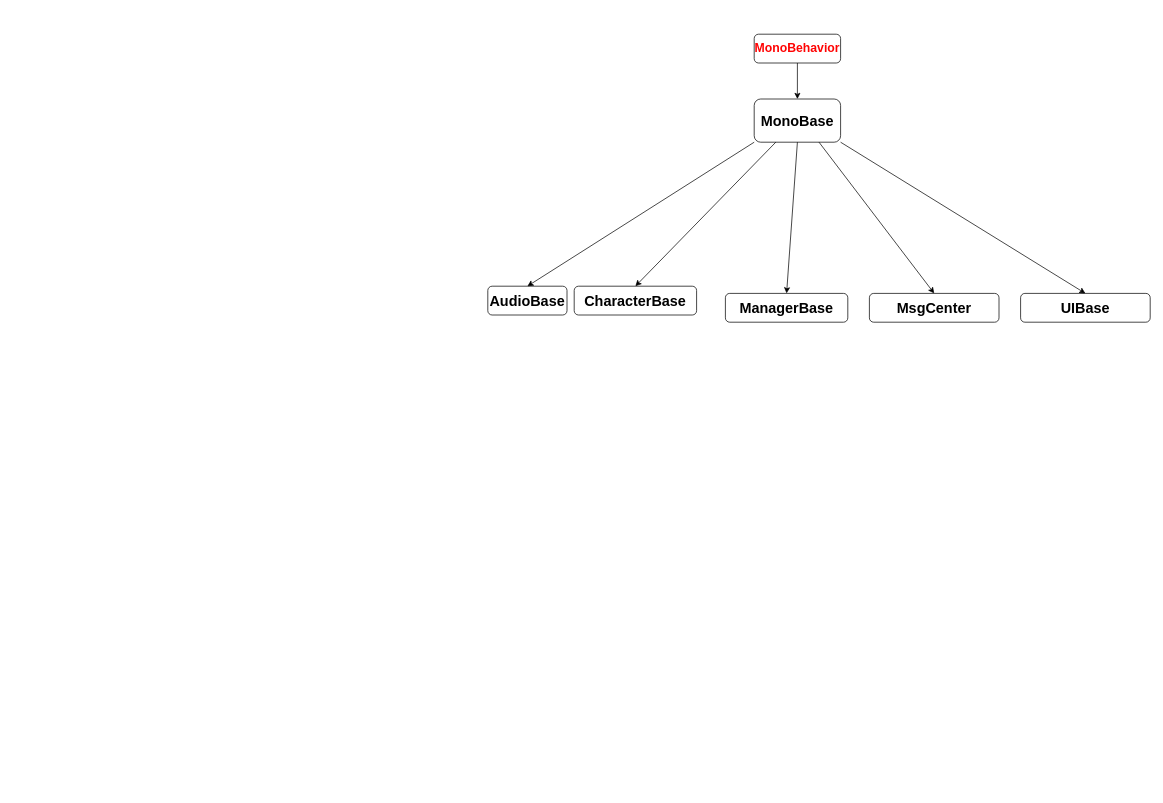
Earlier version of the draw.io diagram 网络斗地主.drawio (chhelloworld/DrawRepository). Source tidied: cells renumbered, new cells numbered last; positions are measured from the earlier drawing's top-left corner, leaving out a move shared by most shapes. Both pictures are drawn from the tidied source at 72%, with x=0, y=0 at pixel (487, 34).
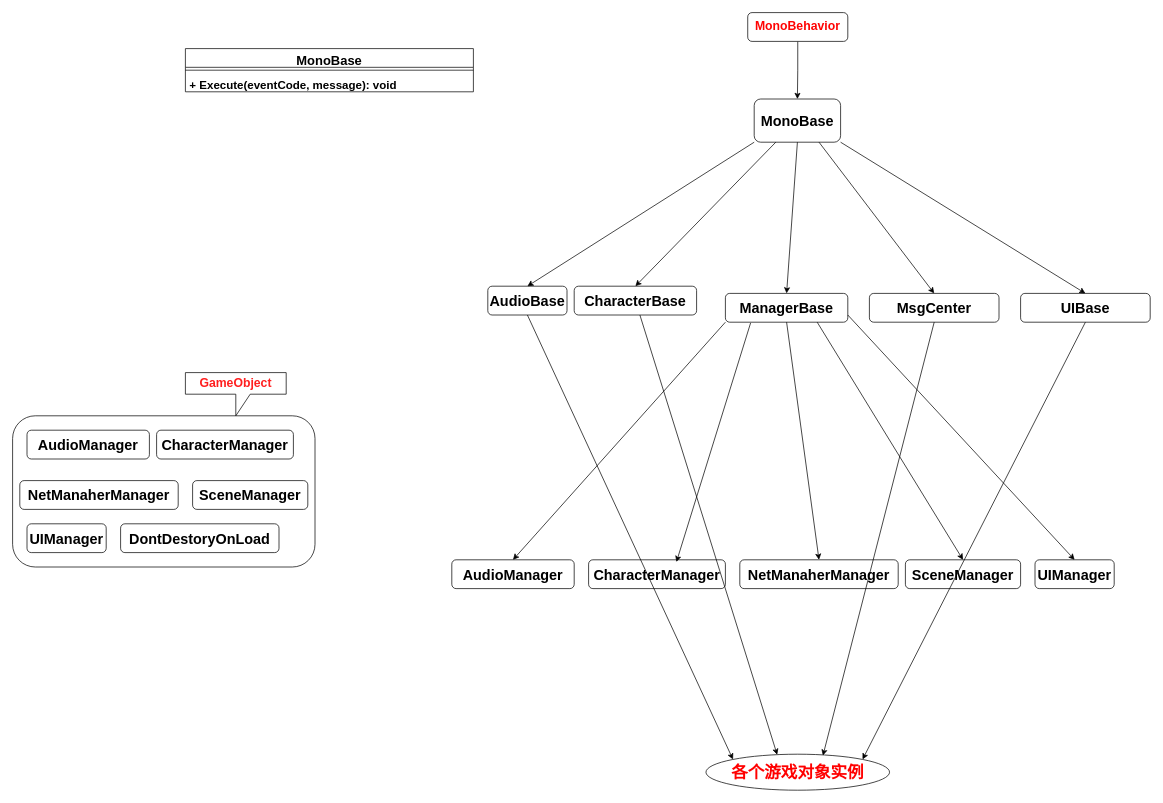
The same diagram, later.

Commit message (it also covers changes not shown here):
更新网络斗地主.drawio

The change refers to these unchanged cells:
```xml
<mxCell id="5" value="&lt;font style=&quot;font-size: 20px;&quot;&gt;&lt;b&gt;AudioBase&lt;/b&gt;&lt;/font&gt;" style="rounded=1;whiteSpace=wrap;html=1;" parent="1" vertex="1">
  <mxGeometry y="350" width="110" height="40" as="geometry" />
</mxCell>
<mxCell id="7" value="&lt;font style=&quot;font-size: 20px;&quot;&gt;&lt;b&gt;CharacterBase&lt;/b&gt;&lt;/font&gt;" style="rounded=1;whiteSpace=wrap;html=1;" parent="1" vertex="1">
  <mxGeometry x="120" y="350" width="170" height="40" as="geometry" />
</mxCell>
<mxCell id="11" value="&lt;font style=&quot;font-size: 20px;&quot;&gt;&lt;b&gt;MsgCenter&lt;/b&gt;&lt;/font&gt;" style="rounded=1;whiteSpace=wrap;html=1;" parent="1" vertex="1">
  <mxGeometry x="530" y="360" width="180" height="40" as="geometry" />
</mxCell>
<mxCell id="13" value="&lt;font style=&quot;font-size: 20px;&quot;&gt;&lt;b&gt;UIBase&lt;/b&gt;&lt;/font&gt;" style="rounded=1;whiteSpace=wrap;html=1;" parent="1" vertex="1">
  <mxGeometry x="740" y="360" width="180" height="40" as="geometry" />
</mxCell>
```

Change to the diagram source:
```diff
@@
     <mxCell id="3" value="&lt;font color=&quot;#ff0303&quot; style=&quot;font-size: 17px;&quot;&gt;&lt;b&gt;MonoBehavior&lt;/b&gt;&lt;/font&gt;" style="rounded=1;whiteSpace=wrap;html=1;" parent="1" vertex="1">
-      <mxGeometry x="370" width="120" height="40" as="geometry" />
+      <mxGeometry x="361" y="-30" width="139" height="40" as="geometry" />
     </mxCell>
@@
-    <mxCell id="9" value="&lt;font style=&quot;font-size: 20px;&quot;&gt;&lt;b&gt;ManagerBase&lt;/b&gt;&lt;/font&gt;" style="rounded=1;whiteSpace=wrap;html=1;" parent="1" vertex="1">
+    <mxCell id="9" value="&lt;b style=&quot;font-size: 20px;&quot;&gt;ManagerBase&lt;/b&gt;" style="rounded=1;whiteSpace=wrap;html=1;" parent="1" vertex="1">
       <mxGeometry x="330" y="360" width="170" height="40" as="geometry" />
     </mxCell>
@@
+    <mxCell id="15" style="rounded=1;whiteSpace=wrap;html=1;" parent="1" vertex="1">
+      <mxGeometry x="-660" y="530" width="420" height="210" as="geometry" />
+    </mxCell>
+    <mxCell id="16" value="&lt;font color=&quot;#ff1f1f&quot; style=&quot;font-size: 17px;&quot;&gt;&lt;b&gt;GameObject&lt;/b&gt;&lt;/font&gt;" style="shape=callout;whiteSpace=wrap;html=1;perimeter=calloutPerimeter;" parent="1" vertex="1">
+      <mxGeometry x="-420" y="470" width="140" height="60" as="geometry" />
+    </mxCell>
+    <mxCell id="17" value="&lt;b style=&quot;font-size: 20px;&quot;&gt;AudioManager&lt;/b&gt;" style="rounded=1;whiteSpace=wrap;html=1;" parent="1" vertex="1">
+      <mxGeometry x="-50" y="730" width="170" height="40" as="geometry" />
+    </mxCell>
+    <mxCell id="18" value="&lt;b style=&quot;font-size: 20px;&quot;&gt;CharacterManager&lt;/b&gt;" style="rounded=1;whiteSpace=wrap;html=1;" parent="1" vertex="1">
+      <mxGeometry x="140" y="730" width="190" height="40" as="geometry" />
+    </mxCell>
+    <mxCell id="19" value="&lt;b style=&quot;font-size: 20px;&quot;&gt;NetManaherManager&lt;/b&gt;" style="rounded=1;whiteSpace=wrap;html=1;" parent="1" vertex="1">
+      <mxGeometry x="350" y="730" width="220" height="40" as="geometry" />
+    </mxCell>
+    <mxCell id="20" value="&lt;b style=&quot;font-size: 20px;&quot;&gt;SceneManager&lt;/b&gt;" style="rounded=1;whiteSpace=wrap;html=1;" parent="1" vertex="1">
+      <mxGeometry x="580" y="730" width="160" height="40" as="geometry" />
+    </mxCell>
+    <mxCell id="21" value="&lt;b style=&quot;font-size: 20px;&quot;&gt;UIManager&lt;/b&gt;" style="rounded=1;whiteSpace=wrap;html=1;" parent="1" vertex="1">
+      <mxGeometry x="760" y="730" width="110" height="40" as="geometry" />
+    </mxCell>
+    <mxCell id="22" style="endArrow=classic;html=1;rounded=0;exitX=0;exitY=1;exitDx=0;exitDy=0;entryX=0.5;entryY=0;entryDx=0;entryDy=0;" parent="1" edge="1" source="9" target="17">
+      <mxGeometry relative="1" as="geometry" />
+    </mxCell>
+    <mxCell id="23" style="endArrow=classic;html=1;rounded=0;exitX=0.206;exitY=1.025;exitDx=0;exitDy=0;entryX=0.642;entryY=0.075;entryDx=0;entryDy=0;entryPerimeter=0;exitPerimeter=0;" parent="1" edge="1" source="9" target="18">
+      <mxGeometry relative="1" as="geometry" />
+    </mxCell>
+    <mxCell id="24" style="endArrow=classic;html=1;rounded=0;exitX=0.5;exitY=1;exitDx=0;exitDy=0;entryX=0.5;entryY=0;entryDx=0;entryDy=0;" parent="1" edge="1" source="9" target="19">
+      <mxGeometry relative="1" as="geometry" />
+    </mxCell>
+    <mxCell id="25" style="endArrow=classic;html=1;rounded=0;exitX=0.75;exitY=1;exitDx=0;exitDy=0;entryX=0.5;entryY=0;entryDx=0;entryDy=0;" parent="1" edge="1" source="9" target="20">
+      <mxGeometry relative="1" as="geometry" />
+    </mxCell>
+    <mxCell id="26" style="endArrow=classic;html=1;rounded=0;entryX=0.5;entryY=0;entryDx=0;entryDy=0;exitX=1;exitY=0.75;exitDx=0;exitDy=0;" parent="1" edge="1" source="9" target="21">
+      <mxGeometry relative="1" as="geometry" />
+    </mxCell>
+    <mxCell id="27" value="&lt;b style=&quot;font-size: 20px;&quot;&gt;AudioManager&lt;/b&gt;" style="rounded=1;whiteSpace=wrap;html=1;" parent="1" vertex="1">
+      <mxGeometry x="-640" y="550" width="170" height="40" as="geometry" />
+    </mxCell>
+    <mxCell id="28" value="&lt;b style=&quot;font-size: 20px;&quot;&gt;CharacterManager&lt;/b&gt;" style="rounded=1;whiteSpace=wrap;html=1;" parent="1" vertex="1">
+      <mxGeometry x="-460" y="550" width="190" height="40" as="geometry" />
+    </mxCell>
+    <mxCell id="29" value="&lt;b style=&quot;font-size: 20px;&quot;&gt;NetManaherManager&lt;/b&gt;" style="rounded=1;whiteSpace=wrap;html=1;" parent="1" vertex="1">
+      <mxGeometry x="-650" y="620" width="220" height="40" as="geometry" />
+    </mxCell>
+    <mxCell id="30" value="&lt;b style=&quot;font-size: 20px;&quot;&gt;SceneManager&lt;/b&gt;" style="rounded=1;whiteSpace=wrap;html=1;" parent="1" vertex="1">
+      <mxGeometry x="-410" y="620" width="160" height="40" as="geometry" />
+    </mxCell>
+    <mxCell id="31" value="&lt;b style=&quot;font-size: 20px;&quot;&gt;UIManager&lt;/b&gt;" style="rounded=1;whiteSpace=wrap;html=1;" parent="1" vertex="1">
+      <mxGeometry x="-640" y="680" width="110" height="40" as="geometry" />
+    </mxCell>
+    <mxCell id="32" style="edgeStyle=orthogonalEdgeStyle;rounded=0;orthogonalLoop=1;jettySize=auto;html=1;exitX=0.5;exitY=1;exitDx=0;exitDy=0;" parent="1" edge="1" source="31" target="31">
+      <mxGeometry relative="1" as="geometry" />
+    </mxCell>
+    <mxCell id="33" value="&lt;b style=&quot;font-size: 20px;&quot;&gt;DontDestoryOnLoad&lt;/b&gt;" style="rounded=1;whiteSpace=wrap;html=1;" parent="1" vertex="1">
+      <mxGeometry x="-510" y="680" width="220" height="40" as="geometry" />
+    </mxCell>
+    <mxCell id="34" value="&lt;b&gt;&lt;font color=&quot;#ff0000&quot; style=&quot;font-size: 23px;&quot;&gt;各个游戏对象实例&lt;/font&gt;&lt;/b&gt;" style="ellipse;whiteSpace=wrap;html=1;" parent="1" vertex="1">
+      <mxGeometry x="303" y="1000" width="255" height="50" as="geometry" />
+    </mxCell>
+    <mxCell id="35" style="endArrow=classic;html=1;rounded=0;exitX=0.5;exitY=1;exitDx=0;exitDy=0;entryX=0;entryY=0;entryDx=0;entryDy=0;" parent="1" edge="1" source="5" target="34">
+      <mxGeometry relative="1" as="geometry" />
+    </mxCell>
+    <mxCell id="36" style="endArrow=classic;html=1;rounded=0;entryX=0.388;entryY=0.016;entryDx=0;entryDy=0;entryPerimeter=0;" parent="1" edge="1" source="7" target="34">
+      <mxGeometry relative="1" as="geometry" />
+    </mxCell>
+    <mxCell id="37" style="endArrow=classic;html=1;rounded=0;exitX=0.5;exitY=1;exitDx=0;exitDy=0;entryX=0.637;entryY=0.04;entryDx=0;entryDy=0;entryPerimeter=0;" parent="1" edge="1" source="11" target="34">
+      <mxGeometry relative="1" as="geometry" />
+    </mxCell>
+    <mxCell id="38" style="endArrow=classic;html=1;rounded=0;exitX=0.5;exitY=1;exitDx=0;exitDy=0;entryX=1;entryY=0;entryDx=0;entryDy=0;" parent="1" edge="1" source="13" target="34">
+      <mxGeometry relative="1" as="geometry" />
+    </mxCell>
+    <mxCell id="39" value="&lt;font style=&quot;font-size: 18px;&quot;&gt;MonoBase&lt;/font&gt;" style="swimlane;fontStyle=1;align=center;verticalAlign=top;horizontal=1;startSize=26;whiteSpace=wrap;html=1;" parent="1" vertex="1">
+      <mxGeometry x="-420" y="20" width="400" height="60" as="geometry" />
+    </mxCell>
+    <mxCell id="40" style="line;strokeWidth=1;fillColor=none;align=left;verticalAlign=middle;spacingTop=-1;spacingLeft=3;spacingRight=3;labelPosition=right;strokeColor=inherit;" parent="39" vertex="1">
+      <mxGeometry y="26" width="400" height="8" as="geometry" />
+    </mxCell>
+    <mxCell id="41" value="&lt;font style=&quot;font-size: 16px;&quot;&gt;&lt;b&gt;+ Execute(eventCode, message): void&lt;/b&gt;&lt;/font&gt;" style="text;strokeColor=none;fillColor=none;align=left;verticalAlign=top;spacingLeft=4;spacingRight=4;overflow=hidden;whiteSpace=wrap;html=1;" parent="39" vertex="1">
+      <mxGeometry y="34" width="400" height="26" as="geometry" />
+    </mxCell>
```
